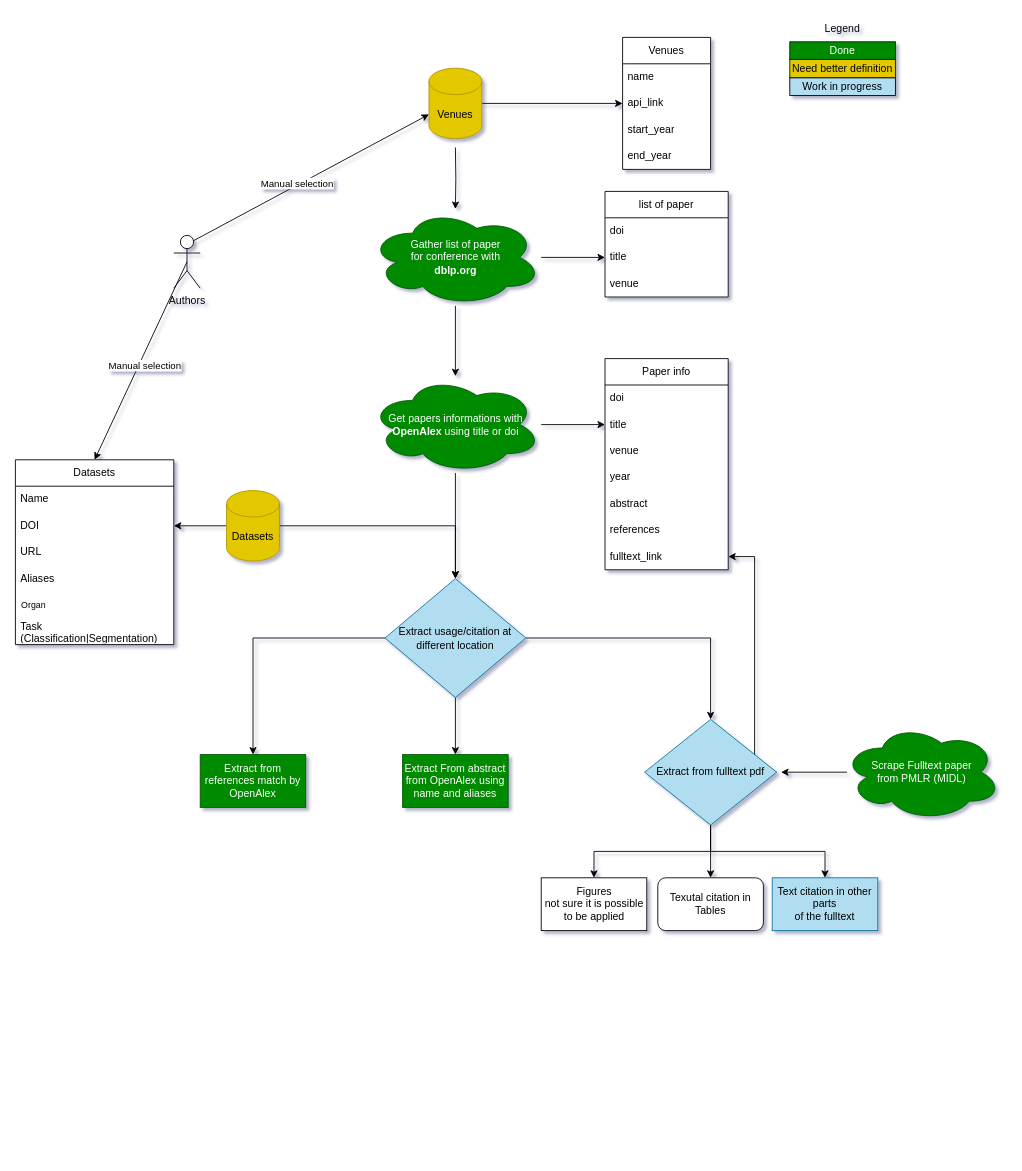
The draw.io diagram Resources/images/flowchart.drawio in TheoSourget/Public_Medical_Datasets_References, before the edit. Source tidied: cells renumbered, new cells numbered last; positions are measured from the earlier drawing's top-left corner, leaving out a move shared by most shapes. Both pictures are drawn from the tidied source at 88%, with x=0, y=0 at pixel (15, 15).
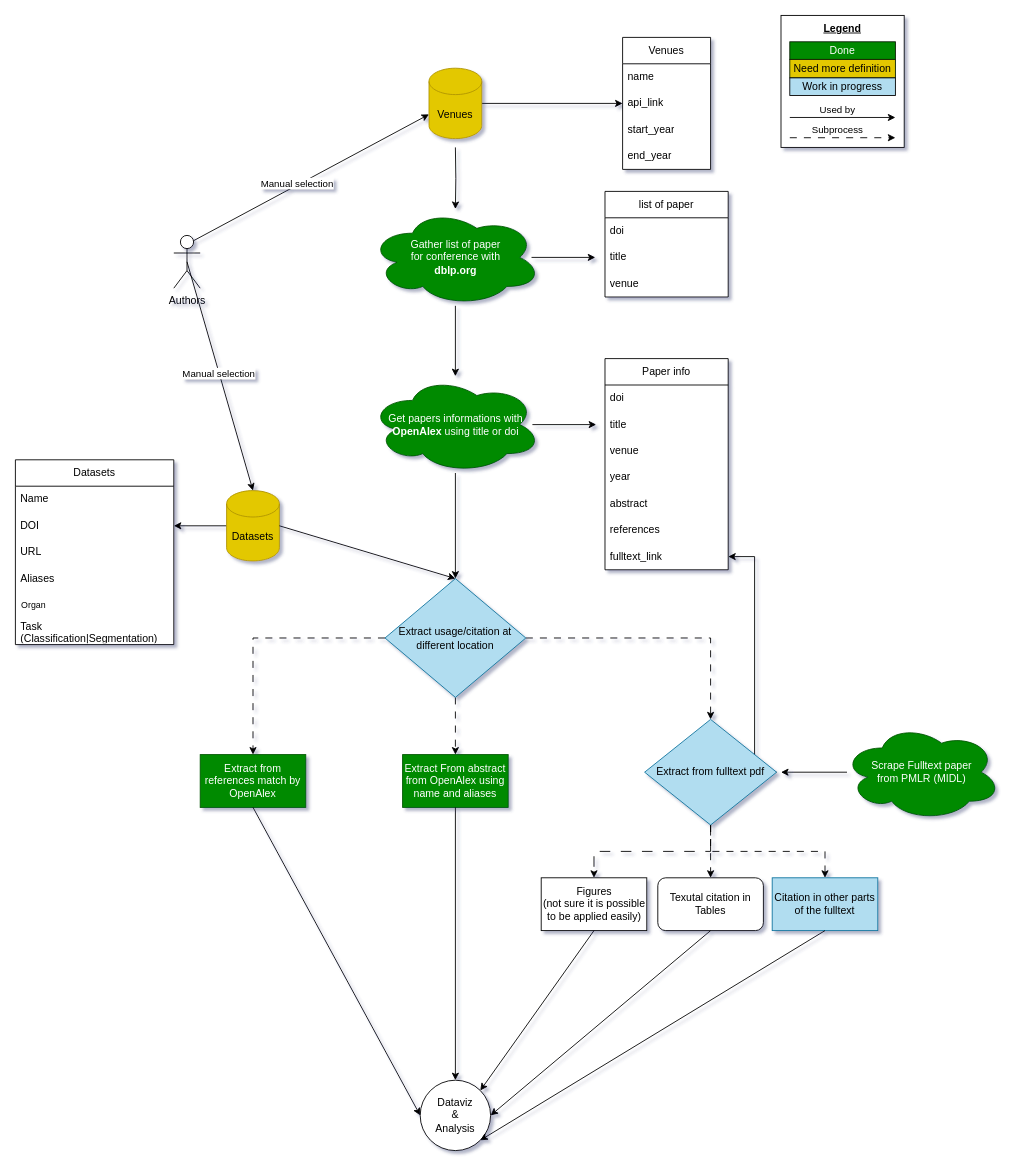
After the change.

Commit message (it also covers changes not shown here):
beginning extraction in fulltext + more dataviz

The change refers to these unchanged cells:
```xml
<mxCell id="5" value="Gather list of paper&lt;br&gt;for conference with&lt;br&gt;&lt;b&gt;dblp.org&lt;/b&gt;" style="ellipse;shape=cloud;whiteSpace=wrap;html=1;rounded=0;fillColor=#008a00;fontColor=#ffffff;strokeColor=#005700;" parent="1" vertex="1">
  <mxGeometry x="402.5" y="220" width="195" height="110" as="geometry" />
</mxCell>
<mxCell id="8" value="Get papers informations with &lt;b&gt;OpenAlex &lt;/b&gt;using title or doi" style="ellipse;shape=cloud;whiteSpace=wrap;html=1;rounded=0;fillColor=#008a00;strokeColor=#005700;fontColor=#ffffff;" parent="1" vertex="1">
  <mxGeometry x="402.5" y="410" width="195" height="110" as="geometry" />
</mxCell>
<mxCell id="11" value="title" style="text;strokeColor=none;fillColor=none;align=left;verticalAlign=middle;spacingLeft=4;spacingRight=4;overflow=hidden;points=[[0,0.5],[1,0.5]];portConstraint=eastwest;whiteSpace=wrap;html=1;" parent="9" vertex="1">
  <mxGeometry y="60" width="140" height="30" as="geometry" />
</mxCell>
<mxCell id="19" value="title" style="text;strokeColor=none;fillColor=none;align=left;verticalAlign=middle;spacingLeft=4;spacingRight=4;overflow=hidden;points=[[0,0.5],[1,0.5]];portConstraint=eastwest;whiteSpace=wrap;html=1;" parent="17" vertex="1">
  <mxGeometry y="60" width="140" height="30" as="geometry" />
</mxCell>
<mxCell id="34" value="Datasets" style="shape=cylinder3;whiteSpace=wrap;html=1;boundedLbl=1;backgroundOutline=1;size=15;fillColor=#e3c800;fontColor=#000000;strokeColor=#B09500;" parent="1" vertex="1">
  <mxGeometry x="240" y="540" width="60" height="80" as="geometry" />
</mxCell>
<mxCell id="35" value="Datasets" style="swimlane;fontStyle=0;horizontal=1;startSize=30;whiteSpace=wrap;html=1;swimlaneFillColor=default;" parent="1" vertex="1">
  <mxGeometry y="505" width="180" height="210" as="geometry" />
</mxCell>
<mxCell id="42" value="Extract from references match by OpenAlex" style="whiteSpace=wrap;html=1;fillColor=#008a00;strokeColor=#005700;fontColor=#ffffff;" parent="1" vertex="1">
  <mxGeometry x="210" y="840" width="120" height="60" as="geometry" />
</mxCell>
<mxCell id="43" value="Extract From abstract from OpenAlex using name and aliases" style="rounded=0;whiteSpace=wrap;html=1;fillColor=#008a00;strokeColor=#005700;fontColor=#ffffff;" parent="1" vertex="1">
  <mxGeometry x="440" y="840" width="120" height="60" as="geometry" />
</mxCell>
<mxCell id="46" value="Texutal citation in Tables" style="whiteSpace=wrap;html=1;rounded=1;" parent="1" vertex="1">
  <mxGeometry x="730" y="980" width="120" height="60" as="geometry" />
</mxCell>
<mxCell id="48" value="Extract from fulltext pdf &lt;br&gt;" style="rhombus;whiteSpace=wrap;html=1;fillColor=#b1ddf0;strokeColor=#10739e;" parent="1" vertex="1">
  <mxGeometry x="715" y="800" width="150" height="120" as="geometry" />
</mxCell>
<mxCell id="52" value="Authors" style="shape=umlActor;verticalLabelPosition=bottom;verticalAlign=top;html=1;outlineConnect=0;" parent="1" vertex="1">
  <mxGeometry x="180" y="250" width="30" height="60" as="geometry" />
</mxCell>
```

The edit, as a diff of the source:
```diff
@@
+    <mxCell id="63" style="rounded=0;whiteSpace=wrap;html=1;fillColor=default;" parent="1" vertex="1">
+      <mxGeometry x="870" width="140" height="150" as="geometry" />
+    </mxCell>
@@
-    <mxCell id="4" style="edgeStyle=orthogonalEdgeStyle;rounded=0;jettySize=auto;html=1;entryX=0;entryY=0.5;entryDx=0;entryDy=0;" parent="1" edge="1" source="5" target="19">
-      <mxGeometry relative="1" as="geometry" />
+    <mxCell id="4" style="edgeStyle=orthogonalEdgeStyle;rounded=0;orthogonalLoop=1;jettySize=auto;html=1;entryX=0;entryY=0.5;entryDx=0;entryDy=0;" parent="1" edge="1">
+      <mxGeometry relative="1" as="geometry">
+        <mxPoint x="586.5" y="275" as="sourcePoint" />
+        <mxPoint x="659" y="275" as="targetPoint" />
+      </mxGeometry>
     </mxCell>
@@
-    <mxCell id="6" style="edgeStyle=orthogonalEdgeStyle;rounded=0;jettySize=auto;html=1;entryX=0;entryY=0.5;entryDx=0;entryDy=0;" parent="1" edge="1" source="8" target="11">
-      <mxGeometry relative="1" as="geometry" />
+    <mxCell id="6" style="edgeStyle=orthogonalEdgeStyle;rounded=0;orthogonalLoop=1;jettySize=auto;html=1;entryX=0;entryY=0.5;entryDx=0;entryDy=0;" parent="1" edge="1">
+      <mxGeometry relative="1" as="geometry">
+        <mxPoint x="587.5" y="465" as="sourcePoint" />
+        <mxPoint x="660" y="465" as="targetPoint" />
+      </mxGeometry>
     </mxCell>
@@
-    <mxCell id="21" style="edgeStyle=orthogonalEdgeStyle;rounded=0;jettySize=auto;html=1;" parent="1" edge="1" source="24" target="42">
+    <mxCell id="21" style="edgeStyle=orthogonalEdgeStyle;rounded=0;jettySize=auto;html=1;dashed=1;dashPattern=8 8;" parent="1" edge="1" source="24" target="42">
       <mxGeometry relative="1" as="geometry" />
     </mxCell>
-    <mxCell id="22" style="edgeStyle=orthogonalEdgeStyle;rounded=0;jettySize=auto;html=1;" parent="1" edge="1" source="24" target="43">
+    <mxCell id="22" style="edgeStyle=orthogonalEdgeStyle;rounded=0;jettySize=auto;html=1;dashed=1;dashPattern=8 8;" parent="1" edge="1" source="24" target="43">
       <mxGeometry relative="1" as="geometry" />
     </mxCell>
-    <mxCell id="23" style="edgeStyle=orthogonalEdgeStyle;rounded=0;jettySize=auto;html=1;entryX=0.5;entryY=0;entryDx=0;entryDy=0;" parent="1" edge="1" source="24" target="48">
+    <mxCell id="23" style="edgeStyle=orthogonalEdgeStyle;rounded=0;jettySize=auto;html=1;entryX=0.5;entryY=0;entryDx=0;entryDy=0;dashed=1;dashPattern=8 8;" parent="1" edge="1" source="24" target="48">
       <mxGeometry relative="1" as="geometry" />
     </mxCell>
-    <mxCell id="24" value="Extract usage/citation at different location" style="rhombus;whiteSpace=wrap;html=1;fillColor=#b1ddf0;strokeColor=#10739e;" parent="1" vertex="1">
+    <mxCell id="24" value="Extract usage/citation at different location" style="rhombus;whiteSpace=wrap;html=1;fillColor=#B1DDF0;strokeColor=#10739e;gradientColor=none;gradientDirection=west;" parent="1" vertex="1">
       <mxGeometry x="420" y="640" width="160" height="135" as="geometry" />
     </mxCell>
@@
-    <mxCell id="33" style="edgeStyle=orthogonalEdgeStyle;rounded=0;jettySize=auto;html=1;entryX=0.5;entryY=0;entryDx=0;entryDy=0;" parent="1" edge="1" source="34" target="24">
-      <mxGeometry relative="1" as="geometry" />
-    </mxCell>
@@
-    <mxCell id="44" style="edgeStyle=orthogonalEdgeStyle;rounded=0;jettySize=auto;html=1;exitX=0.5;exitY=1;exitDx=0;exitDy=0;" parent="1" edge="1" source="48" target="46">
+    <mxCell id="44" style="edgeStyle=orthogonalEdgeStyle;rounded=0;jettySize=auto;html=1;exitX=0.5;exitY=1;exitDx=0;exitDy=0;dashed=1;dashPattern=8 8;" parent="1" edge="1" source="48" target="46">
       <mxGeometry relative="1" as="geometry" />
     </mxCell>
@@
-    <mxCell id="47" style="edgeStyle=orthogonalEdgeStyle;rounded=0;jettySize=auto;html=1;" parent="1" edge="1" source="48" target="49">
+    <mxCell id="47" style="edgeStyle=orthogonalEdgeStyle;rounded=0;jettySize=auto;html=1;dashed=1;dashPattern=12 12;" parent="1" edge="1" source="48" target="49">
       <mxGeometry relative="1" as="geometry" />
     </mxCell>
@@
-    <mxCell id="49" value="Figures&lt;br&gt;not sure it is possible to be applied" style="whiteSpace=wrap;html=1;" parent="1" vertex="1">
+    <mxCell id="49" value="Figures&lt;br&gt;(not sure it is possible to be applied easily)" style="whiteSpace=wrap;html=1;" parent="1" vertex="1">
       <mxGeometry x="597.5" y="980" width="120" height="60" as="geometry" />
     </mxCell>
-    <mxCell id="50" value="Text citation in other parts&lt;br&gt;of the fulltext" style="rounded=0;whiteSpace=wrap;html=1;fillColor=#b1ddf0;strokeColor=#10739e;" parent="1" vertex="1">
+    <mxCell id="50" value="Citation in other parts&lt;br&gt;of the fulltext" style="rounded=0;whiteSpace=wrap;html=1;fillColor=#b1ddf0;strokeColor=#10739e;" parent="1" vertex="1">
       <mxGeometry x="860" y="980" width="120" height="60" as="geometry" />
     </mxCell>
-    <mxCell id="51" style="endArrow=classic;html=1;rounded=0;exitX=0.5;exitY=1;exitDx=0;exitDy=0;entryX=0.5;entryY=0;entryDx=0;entryDy=0;" parent="1" edge="1" source="48" target="50">
+    <mxCell id="51" style="endArrow=classic;html=1;rounded=0;exitX=0.5;exitY=1;exitDx=0;exitDy=0;entryX=0.5;entryY=0;entryDx=0;entryDy=0;dashed=1;dashPattern=8 8;" parent="1" edge="1" source="48" target="50">
       <mxGeometry relative="1" as="geometry">
         <Array as="points">
           <mxPoint x="790" y="950" />
           <mxPoint x="920" y="950" />
         </Array>
       </mxGeometry>
     </mxCell>
@@
-    <mxCell id="55" style="endArrow=classic;html=1;rounded=0;exitX=0.5;exitY=0.5;exitDx=0;exitDy=0;exitPerimeter=0;entryX=0.5;entryY=0;entryDx=0;entryDy=0;" parent="1" edge="1" source="52" target="35">
+    <mxCell id="55" style="endArrow=classic;html=1;rounded=0;exitX=0.5;exitY=0.5;exitDx=0;exitDy=0;exitPerimeter=0;entryX=0.5;entryY=0;entryDx=0;entryDy=0;entryPerimeter=0;" parent="1" edge="1" source="52" target="34">
       <mxGeometry relative="1" as="geometry" />
     </mxCell>
     <mxCell id="56" value="Manual selection" style="edgeLabel;html=1;align=center;verticalAlign=middle;" parent="55" vertex="1">
       <mxGeometry x="-0.57" y="-1" relative="1" as="geometry">
-        <mxPoint x="-25" y="70" as="offset" />
+        <mxPoint x="20" y="70" as="offset" />
       </mxGeometry>
     </mxCell>
@@
-    <mxCell id="60" value="Need better definition" style="rounded=0;whiteSpace=wrap;html=1;fillColor=#E3C800;fontColor=#000000;strokeColor=#061D00;" parent="1" vertex="1">
+    <mxCell id="60" value="Need more definition" style="rounded=0;whiteSpace=wrap;html=1;fillColor=#E3C800;fontColor=#000000;strokeColor=#061D00;" parent="1" vertex="1">
       <mxGeometry x="880" y="50" width="120" height="21" as="geometry" />
     </mxCell>
@@
-    <mxCell id="62" value="Legend" style="text;html=1;strokeColor=none;fillColor=none;align=center;verticalAlign=middle;whiteSpace=wrap;rounded=0;" parent="1" vertex="1">
+    <mxCell id="62" value="Legend" style="text;strokeColor=none;fillColor=none;align=center;verticalAlign=middle;rounded=0;strokeWidth=4;shadow=0;fontStyle=5;horizontal=1;labelBackgroundColor=none;labelBorderColor=none;whiteSpace=wrap;html=1;" parent="1" vertex="1">
       <mxGeometry x="910" width="60" height="30" as="geometry" />
     </mxCell>
+    <mxCell id="64" value="Dataviz&lt;br&gt;&amp;amp;&lt;br&gt;Analysis" style="ellipse;whiteSpace=wrap;html=1;" parent="1" vertex="1">
+      <mxGeometry x="460" y="1210" width="80" height="80" as="geometry" />
+    </mxCell>
+    <mxCell id="65" style="endArrow=classic;html=1;rounded=0;exitX=0.5;exitY=1;exitDx=0;exitDy=0;entryX=0;entryY=0.5;entryDx=0;entryDy=0;" parent="1" edge="1" source="42" target="64">
+      <mxGeometry relative="1" as="geometry" />
+    </mxCell>
+    <mxCell id="66" style="endArrow=classic;html=1;rounded=0;exitX=0.5;exitY=1;exitDx=0;exitDy=0;entryX=0.5;entryY=0;entryDx=0;entryDy=0;" parent="1" edge="1" source="43" target="64">
+      <mxGeometry relative="1" as="geometry" />
+    </mxCell>
+    <mxCell id="67" style="endArrow=classic;html=1;rounded=0;exitX=0.5;exitY=1;exitDx=0;exitDy=0;entryX=1;entryY=0;entryDx=0;entryDy=0;" parent="1" edge="1" source="49" target="64">
+      <mxGeometry relative="1" as="geometry" />
+    </mxCell>
+    <mxCell id="68" style="endArrow=classic;html=1;rounded=0;exitX=0.5;exitY=1;exitDx=0;exitDy=0;entryX=1;entryY=0.5;entryDx=0;entryDy=0;" parent="1" edge="1" source="46" target="64">
+      <mxGeometry relative="1" as="geometry" />
+    </mxCell>
+    <mxCell id="69" style="endArrow=classic;html=1;rounded=0;exitX=0.5;exitY=1;exitDx=0;exitDy=0;entryX=1;entryY=1;entryDx=0;entryDy=0;" parent="1" edge="1" source="50" target="64">
+      <mxGeometry relative="1" as="geometry" />
+    </mxCell>
+    <mxCell id="70" style="endArrow=classic;html=1;rounded=0;" parent="1" edge="1">
+      <mxGeometry relative="1" as="geometry">
+        <mxPoint x="880" y="116" as="sourcePoint" />
+        <mxPoint x="1000" y="116" as="targetPoint" />
+      </mxGeometry>
+    </mxCell>
+    <mxCell id="71" value="Used by" style="edgeLabel;html=1;align=center;verticalAlign=middle;" parent="70" vertex="1">
+      <mxGeometry x="-0.11" y="-5" relative="1" as="geometry">
+        <mxPoint y="-15" as="offset" />
+      </mxGeometry>
+    </mxCell>
+    <mxCell id="72" style="endArrow=classic;html=1;rounded=0;dashed=1;dashPattern=8 8;" parent="1" edge="1">
+      <mxGeometry relative="1" as="geometry">
+        <mxPoint x="880" y="139" as="sourcePoint" />
+        <mxPoint x="1000" y="139" as="targetPoint" />
+      </mxGeometry>
+    </mxCell>
+    <mxCell id="73" value="Subprocess" style="edgeLabel;html=1;align=center;verticalAlign=middle;" parent="72" vertex="1">
+      <mxGeometry x="-0.11" y="-5" relative="1" as="geometry">
+        <mxPoint y="-15" as="offset" />
+      </mxGeometry>
+    </mxCell>
+    <mxCell id="33" style="endArrow=classic;html=1;rounded=0;exitX=1;exitY=0.5;exitDx=0;exitDy=0;exitPerimeter=0;entryX=0.5;entryY=0;entryDx=0;entryDy=0;" parent="1" edge="1" source="34" target="24">
+      <mxGeometry relative="1" as="geometry" />
+    </mxCell>
```
